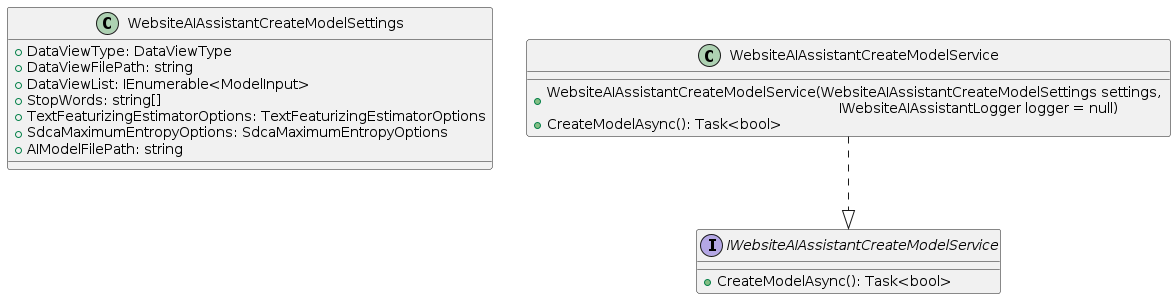
Above: Docs/WebsiteAIAssistantCreateModelService.png in VeritasSoftware/WebsiteAIAssistant (PlantUML), before the change.
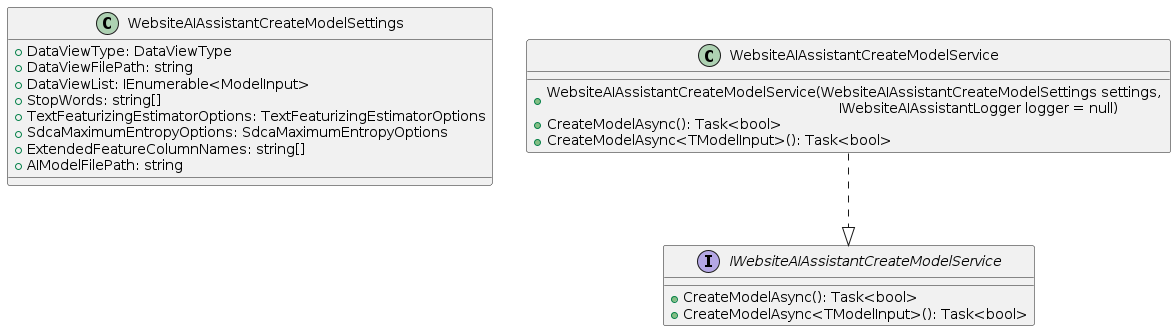
Later version of the same file.

Commit message:
updated class diagrams & uml.

What changed in the source:
```diff
@@ -7,18 +7,21 @@
   + StopWords: string[]
   + TextFeaturizingEstimatorOptions: TextFeaturizingEstimatorOptions
   + SdcaMaximumEntropyOptions: SdcaMaximumEntropyOptions
+  + ExtendedFeatureColumnNames: string[]
   + AIModelFilePath: string
 }
 
 interface IWebsiteAIAssistantCreateModelService
 {
   + CreateModelAsync(): Task<bool>
+  + CreateModelAsync<TModelInput>(): Task<bool>
 }
 
 class WebsiteAIAssistantCreateModelService
 {
   + WebsiteAIAssistantCreateModelService(WebsiteAIAssistantCreateModelSettings settings, \n \t \t \t \t \t  \t \t \t \t IWebsiteAIAssistantLogger logger = null)
   + CreateModelAsync(): Task<bool>
+  + CreateModelAsync<TModelInput>(): Task<bool>
 }
 
 WebsiteAIAssistantCreateModelService ..|> IWebsiteAIAssistantCreateModelService
```
